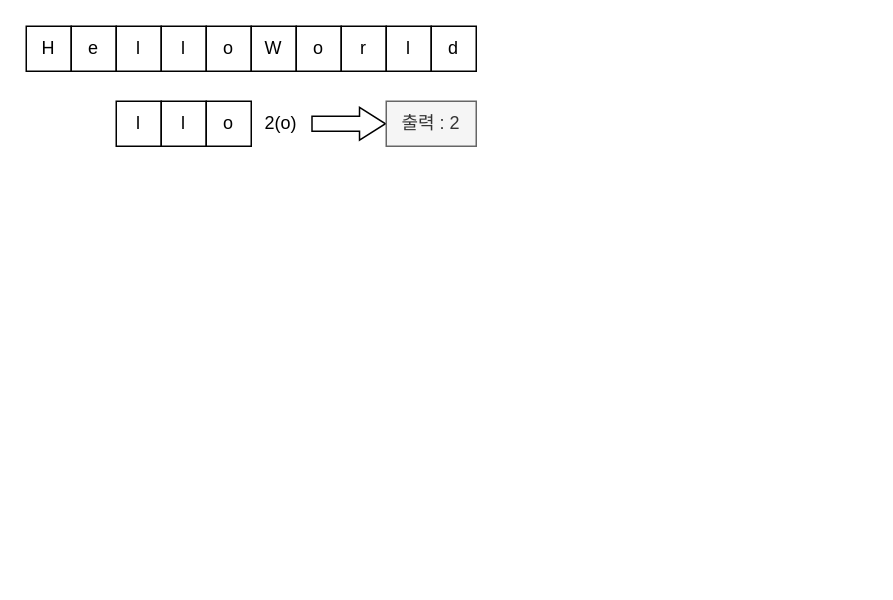
Above: Untitled Diagram.drawio in sangehee-ju/painter (draw.io), before the change. Source tidied: cells renumbered, new cells numbered last; positions are measured from the earlier drawing's top-left corner, leaving out a move shared by most shapes. Both pictures are drawn from the tidied source at 150%, with x=0, y=0 at pixel (26, 26).
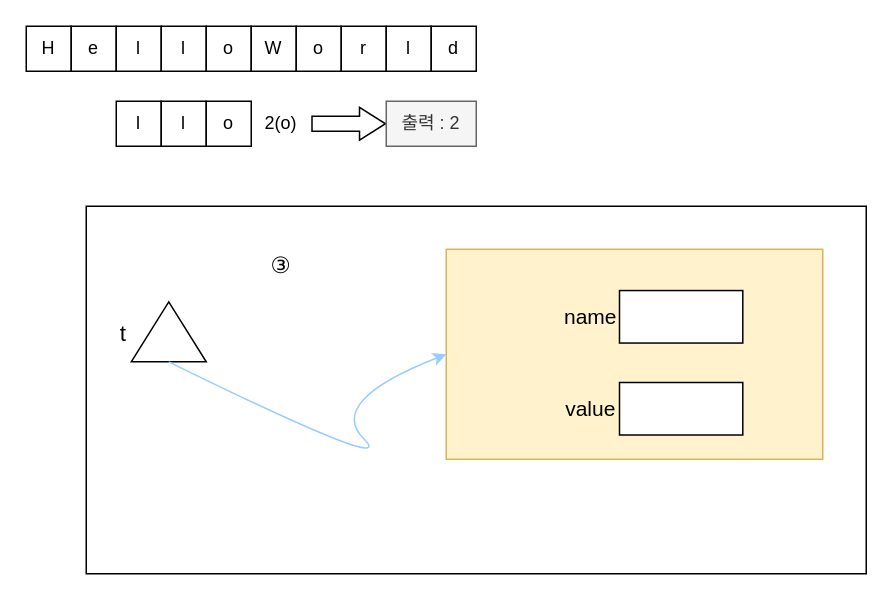
The same page after the edit.

What changed in the source:
```diff
@@
+    <mxCell id="19" style="rounded=0;whiteSpace=wrap;html=1;fontSize=15;" parent="1" vertex="1">
+      <mxGeometry x="40" y="120" width="520" height="245" as="geometry" />
+    </mxCell>
@@
+    <mxCell id="20" style="group;" parent="1" vertex="1">
+      <mxGeometry x="50" y="131.2" width="500" height="222.5" as="geometry" />
+    </mxCell>
+    <mxCell id="21" style="rounded=0;whiteSpace=wrap;html=1;fillColor=#fff2cc;strokeColor=#d6b656;" parent="20" vertex="1">
+      <mxGeometry x="230" y="17.5" width="251" height="140" as="geometry" />
+    </mxCell>
+    <mxCell id="22" style="group;" parent="20" vertex="1">
+      <mxGeometry x="220" y="27.5" width="290" height="140" as="geometry" />
+    </mxCell>
+    <mxCell id="23" style="rounded=0;whiteSpace=wrap;html=1;fontSize=19;" parent="22" vertex="1">
+      <mxGeometry x="125.5" y="17.5" width="82.2" height="35" as="geometry" />
+    </mxCell>
+    <mxCell id="24" style="rounded=0;whiteSpace=wrap;html=1;fontSize=19;" parent="22" vertex="1">
+      <mxGeometry x="125.5" y="78.8" width="82.2" height="35" as="geometry" />
+    </mxCell>
+    <mxCell id="25" value="name" style="text;html=1;strokeColor=none;fillColor=none;align=center;verticalAlign=middle;whiteSpace=wrap;rounded=0;fontSize=14;" parent="22" vertex="1">
+      <mxGeometry x="86.6" y="21.9" width="39" height="26.2" as="geometry" />
+    </mxCell>
+    <mxCell id="26" value="value" style="text;html=1;strokeColor=none;fillColor=none;align=center;verticalAlign=middle;whiteSpace=wrap;rounded=0;fontSize=14;" parent="22" vertex="1">
+      <mxGeometry x="86.6" y="83.1" width="39" height="26.2" as="geometry" />
+    </mxCell>
+    <mxCell id="27" style="group;" parent="20" vertex="1">
+      <mxGeometry x="5" y="52.5" width="490" height="170" as="geometry" />
+    </mxCell>
+    <mxCell id="28" style="triangle;whiteSpace=wrap;html=1;fontSize=19;rotation=-90;" parent="27" vertex="1">
+      <mxGeometry x="20" y="-5" width="40" height="50" as="geometry" />
+    </mxCell>
+    <mxCell id="29" value="&lt;font style=&quot;font-size: 15px&quot;&gt;t&lt;/font&gt;" style="text;html=1;strokeColor=none;fillColor=none;align=center;verticalAlign=middle;whiteSpace=wrap;rounded=0;fontSize=19;" parent="27" vertex="1">
+      <mxGeometry y="7.5" width="20" height="25" as="geometry" />
+    </mxCell>
+    <mxCell id="30" value="③" style="text;html=1;strokeColor=none;fillColor=none;align=center;verticalAlign=middle;whiteSpace=wrap;rounded=0;fontSize=15;" parent="20" vertex="1">
+      <mxGeometry x="90" y="12.5" width="60" height="30" as="geometry" />
+    </mxCell>
+    <mxCell id="31" style="curved=1;endArrow=classic;html=1;rounded=0;fontSize=15;strokeColor=#99CCFF;exitX=0;exitY=0.5;exitDx=0;exitDy=0;entryX=0;entryY=0.5;entryDx=0;entryDy=0;" parent="20" edge="1" source="28" target="21">
+      <mxGeometry relative="1" as="geometry">
+        <Array as="points">
+          <mxPoint x="200" y="168.8" />
+          <mxPoint x="150" y="118.8" />
+        </Array>
+      </mxGeometry>
+    </mxCell>
```
